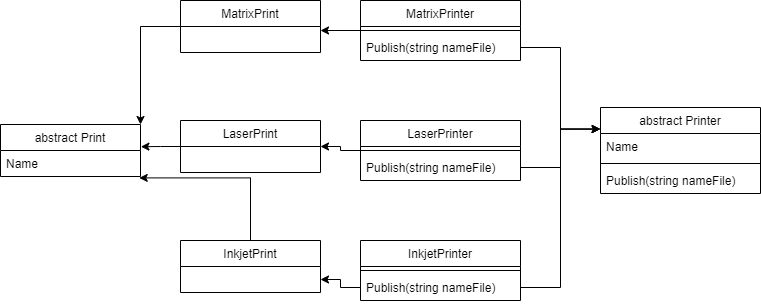
Before: diagram.png, a diagram exported from draw.io (ZhenyaMichailovski/vstEpam). Source tidied: cells renumbered, new cells last; positions are measured from the earlier drawing's top-left corner, leaving out a move shared by most shapes.
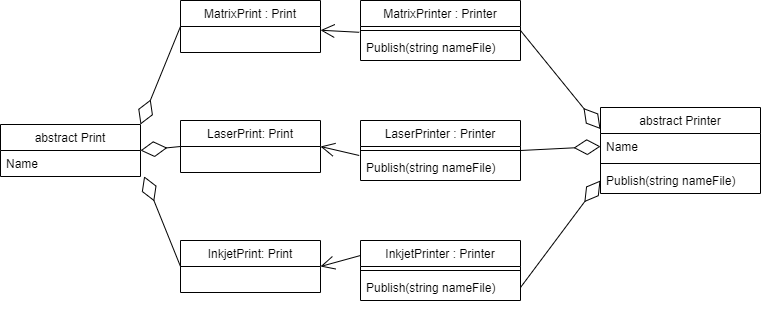
After the commit.

Diff of the diagram source:
```diff
@@ -20,10 +20,7 @@
     <mxCell id="7" value="Publish(string nameFile)" style="text;strokeColor=none;fillColor=none;align=left;verticalAlign=top;spacingLeft=4;spacingRight=4;overflow=hidden;points=[[0,0.5],[1,0.5]];portConstraint=eastwest;" parent="4" vertex="1">
       <mxGeometry y="60" width="160" height="26" as="geometry" />
     </mxCell>
-    <mxCell id="8" style="edgeStyle=orthogonalEdgeStyle;rounded=0;jettySize=auto;html=1;entryX=1;entryY=0.5;entryDx=0;entryDy=0;fontColor=#000000;" parent="1" edge="1" source="9" target="22">
-      <mxGeometry relative="1" as="geometry" />
-    </mxCell>
-    <mxCell id="9" value="LaserPrinter" style="swimlane;fontStyle=0;align=center;verticalAlign=top;horizontal=1;startSize=26;fontColor=#000000;" parent="1" vertex="1">
+    <mxCell id="9" value="LaserPrinter : Printer" style="swimlane;fontStyle=0;align=center;verticalAlign=top;horizontal=1;startSize=26;fontColor=#000000;" parent="1" vertex="1">
       <mxGeometry x="360" y="120" width="160" height="60" as="geometry" />
     </mxCell>
     <mxCell id="10" style="line;strokeWidth=1;fillColor=none;align=left;verticalAlign=middle;spacingTop=-1;spacingLeft=3;spacingRight=3;labelPosition=right;" parent="9" vertex="1">
@@ -32,12 +29,7 @@
     <mxCell id="11" value="Publish(string nameFile)" style="text;strokeColor=none;fillColor=none;align=left;verticalAlign=top;spacingLeft=4;spacingRight=4;overflow=hidden;points=[[0,0.5],[1,0.5]];portConstraint=eastwest;" parent="9" vertex="1">
       <mxGeometry y="34" width="160" height="26" as="geometry" />
     </mxCell>
-    <mxCell id="12" style="edgeStyle=orthogonalEdgeStyle;rounded=0;jettySize=auto;html=1;fontColor=#000000;" parent="1" edge="1" source="13">
-      <mxGeometry relative="1" as="geometry">
-        <mxPoint x="320" y="30" as="targetPoint" />
-      </mxGeometry>
-    </mxCell>
-    <mxCell id="13" value="MatrixPrinter" style="swimlane;fontStyle=0;align=center;verticalAlign=top;horizontal=1;startSize=26;fontColor=#000000;" parent="1" vertex="1">
+    <mxCell id="13" value="MatrixPrinter : Printer" style="swimlane;fontStyle=0;align=center;verticalAlign=top;horizontal=1;startSize=26;fontColor=#000000;" parent="1" vertex="1">
       <mxGeometry x="360" width="160" height="60" as="geometry" />
     </mxCell>
     <mxCell id="14" style="line;strokeWidth=1;fillColor=none;align=left;verticalAlign=middle;spacingTop=-1;spacingLeft=3;spacingRight=3;labelPosition=right;" parent="13" vertex="1">
@@ -46,7 +38,7 @@
     <mxCell id="15" value="Publish(string nameFile)" style="text;strokeColor=none;fillColor=none;align=left;verticalAlign=top;spacingLeft=4;spacingRight=4;overflow=hidden;points=[[0,0.5],[1,0.5]];portConstraint=eastwest;" parent="13" vertex="1">
       <mxGeometry y="34" width="160" height="26" as="geometry" />
     </mxCell>
-    <mxCell id="16" value="InkjetPrinter" style="swimlane;fontStyle=0;align=center;verticalAlign=top;horizontal=1;startSize=26;fontColor=#000000;" parent="1" vertex="1">
+    <mxCell id="16" value="InkjetPrinter : Printer" style="swimlane;fontStyle=0;align=center;verticalAlign=top;horizontal=1;startSize=26;fontColor=#000000;" parent="1" vertex="1">
       <mxGeometry x="360" y="240" width="160" height="60" as="geometry" />
     </mxCell>
     <mxCell id="17" style="line;strokeWidth=1;fillColor=none;align=left;verticalAlign=middle;spacingTop=-1;spacingLeft=3;spacingRight=3;labelPosition=right;" parent="16" vertex="1">
@@ -55,35 +47,41 @@
     <mxCell id="18" value="Publish(string nameFile)" style="text;strokeColor=none;fillColor=none;align=left;verticalAlign=top;spacingLeft=4;spacingRight=4;overflow=hidden;points=[[0,0.5],[1,0.5]];portConstraint=eastwest;" parent="16" vertex="1">
       <mxGeometry y="34" width="160" height="26" as="geometry" />
     </mxCell>
+    <mxCell id="20" value="MatrixPrint : Print" style="swimlane;fontStyle=0;horizontal=1;startSize=26;fillColor=none;fontColor=#000000;" parent="1" vertex="1">
+      <mxGeometry x="180" width="140" height="52" as="geometry" />
+    </mxCell>
+    <mxCell id="22" value="LaserPrint: Print" style="swimlane;fontStyle=0;horizontal=1;startSize=26;fillColor=none;fontColor=#000000;" parent="1" vertex="1">
+      <mxGeometry x="180" y="120" width="140" height="52" as="geometry" />
+    </mxCell>
+    <mxCell id="24" value="InkjetPrint: Print" style="swimlane;fontStyle=0;horizontal=1;startSize=26;fillColor=none;fontColor=#000000;" parent="1" vertex="1">
+      <mxGeometry x="180" y="240" width="140" height="52" as="geometry" />
+    </mxCell>
+    <mxCell id="29" style="endArrow=open;endFill=1;endSize=12;html=1;exitX=-0.008;exitY=-0.085;exitDx=0;exitDy=0;exitPerimeter=0;" parent="1" edge="1" source="15" target="20">
+      <mxGeometry relative="1" as="geometry" />
+    </mxCell>
+    <mxCell id="30" style="endArrow=open;endFill=1;endSize=12;html=1;exitX=-0.008;exitY=0.038;exitDx=0;exitDy=0;exitPerimeter=0;entryX=1;entryY=0.5;entryDx=0;entryDy=0;" parent="1" edge="1" source="11" target="22">
+      <mxGeometry relative="1" as="geometry" />
+    </mxCell>
+    <mxCell id="31" style="endArrow=open;endFill=1;endSize=12;html=1;exitX=0;exitY=0.25;exitDx=0;exitDy=0;entryX=1;entryY=0.5;entryDx=0;entryDy=0;" parent="1" edge="1" source="16" target="24">
+      <mxGeometry relative="1" as="geometry" />
+    </mxCell>
+    <mxCell id="32" style="endArrow=diamondThin;endFill=0;endSize=24;html=1;exitX=1;exitY=0.5;exitDx=0;exitDy=0;entryX=0;entryY=0.25;entryDx=0;entryDy=0;" parent="1" edge="1" source="13" target="4">
+      <mxGeometry relative="1" as="geometry" />
+    </mxCell>
+    <mxCell id="33" style="endArrow=diamondThin;endFill=0;endSize=24;html=1;exitX=1;exitY=0.5;exitDx=0;exitDy=0;entryX=0;entryY=0.5;entryDx=0;entryDy=0;" parent="1" edge="1" source="9" target="5">
+      <mxGeometry relative="1" as="geometry" />
+    </mxCell>
+    <mxCell id="34" style="endArrow=diamondThin;endFill=0;endSize=24;html=1;exitX=1;exitY=0.5;exitDx=0;exitDy=0;entryX=0;entryY=0.5;entryDx=0;entryDy=0;" parent="1" edge="1" source="18" target="7">
+      <mxGeometry relative="1" as="geometry" />
+    </mxCell>
-    <mxCell id="19" style="edgeStyle=orthogonalEdgeStyle;rounded=0;jettySize=auto;html=1;entryX=1;entryY=0;entryDx=0;entryDy=0;fontColor=#000000;" parent="1" edge="1" source="20" target="2">
+    <mxCell id="19" style="endArrow=diamondThin;endFill=0;endSize=24;html=1;exitX=0;exitY=0.5;exitDx=0;exitDy=0;entryX=1;entryY=0;entryDx=0;entryDy=0;" parent="1" edge="1" source="20" target="2">
       <mxGeometry relative="1" as="geometry" />
     </mxCell>
-    <mxCell id="20" value="MatrixPrint" style="swimlane;fontStyle=0;horizontal=1;startSize=26;fillColor=none;fontColor=#000000;" parent="1" vertex="1">
-      <mxGeometry x="180" width="140" height="52" as="geometry" />
-    </mxCell>
-    <mxCell id="21" style="edgeStyle=orthogonalEdgeStyle;rounded=0;jettySize=auto;html=1;entryX=1.003;entryY=-0.146;entryDx=0;entryDy=0;entryPerimeter=0;fontColor=#000000;" parent="1" edge="1" source="22" target="3">
-      <mxGeometry relative="1" as="geometry" />
-    </mxCell>
-    <mxCell id="22" value="LaserPrint" style="swimlane;fontStyle=0;horizontal=1;startSize=26;fillColor=none;fontColor=#000000;" parent="1" vertex="1">
-      <mxGeometry x="180" y="120" width="140" height="52" as="geometry" />
-    </mxCell>
+    <mxCell id="35" style="endArrow=diamondThin;endFill=0;endSize=24;html=1;exitX=0;exitY=0.5;exitDx=0;exitDy=0;entryX=1;entryY=0.5;entryDx=0;entryDy=0;" parent="1" edge="1" source="22" target="2">
+      <mxGeometry relative="1" as="geometry" />
+    </mxCell>
-    <mxCell id="23" style="edgeStyle=orthogonalEdgeStyle;rounded=0;jettySize=auto;html=1;entryX=0.991;entryY=1.054;entryDx=0;entryDy=0;entryPerimeter=0;fontColor=#000000;" parent="1" edge="1" source="24" target="3">
+    <mxCell id="23" style="endArrow=diamondThin;endFill=0;endSize=24;html=1;exitX=0;exitY=0.5;exitDx=0;exitDy=0;entryX=1.026;entryY=0.992;entryDx=0;entryDy=0;entryPerimeter=0;" parent="1" edge="1" source="24" target="3">
       <mxGeometry relative="1" as="geometry" />
     </mxCell>
-    <mxCell id="24" value="InkjetPrint" style="swimlane;fontStyle=0;horizontal=1;startSize=26;fillColor=none;fontColor=#000000;" parent="1" vertex="1">
-      <mxGeometry x="180" y="240" width="140" height="52" as="geometry" />
-    </mxCell>
-    <mxCell id="25" style="edgeStyle=orthogonalEdgeStyle;rounded=0;jettySize=auto;html=1;entryX=0;entryY=0.25;entryDx=0;entryDy=0;fontColor=#000000;" parent="1" edge="1" source="11" target="4">
-      <mxGeometry relative="1" as="geometry" />
-    </mxCell>
-    <mxCell id="26" style="edgeStyle=orthogonalEdgeStyle;rounded=0;jettySize=auto;html=1;entryX=-0.003;entryY=-0.169;entryDx=0;entryDy=0;entryPerimeter=0;fontColor=#000000;" parent="1" edge="1" source="15" target="5">
-      <mxGeometry relative="1" as="geometry" />
-    </mxCell>
-    <mxCell id="27" style="edgeStyle=orthogonalEdgeStyle;rounded=0;jettySize=auto;html=1;entryX=-0.003;entryY=-0.169;entryDx=0;entryDy=0;entryPerimeter=0;fontColor=#000000;" parent="1" edge="1" source="18" target="5">
-      <mxGeometry relative="1" as="geometry" />
-    </mxCell>
-    <mxCell id="28" style="edgeStyle=orthogonalEdgeStyle;rounded=0;jettySize=auto;html=1;entryX=1;entryY=0.75;entryDx=0;entryDy=0;fontColor=#000000;" parent="1" edge="1" source="18" target="24">
-      <mxGeometry relative="1" as="geometry" />
-    </mxCell>
   </root>
 </mxGraphModel>
```
